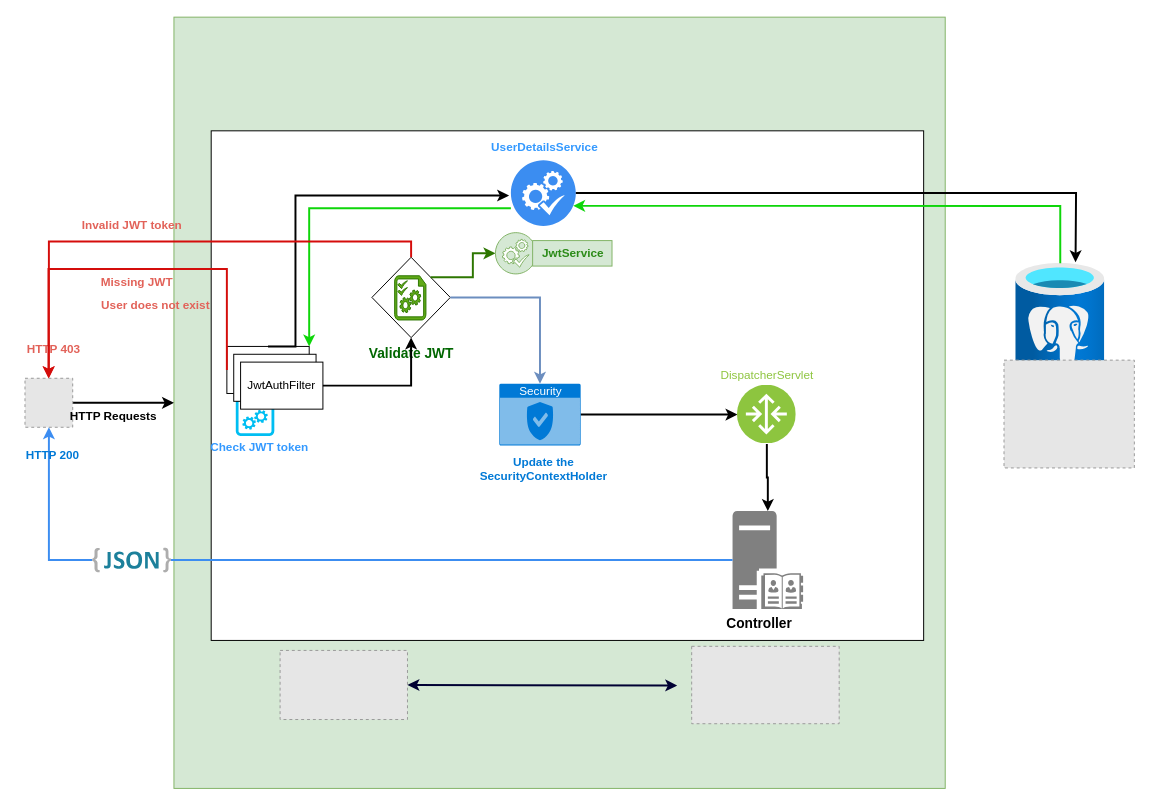
ApollosSevere/TechnologyFruit-Micorservices-Auth-Service keeps this draw.io diagram as page "security-workflow" (1 of 4) of jwt-security.drawio. Above is the earlier version. Source tidied: cells renumbered, new cells numbered last; positions are measured from the earlier drawing's top-left corner, leaving out a move shared by most shapes. Both pictures are drawn from the tidied source at 98%, with x=0, y=0 at pixel (17, 17). Pictures stored in the file or linked from it are replaced by grey dashed boxes.
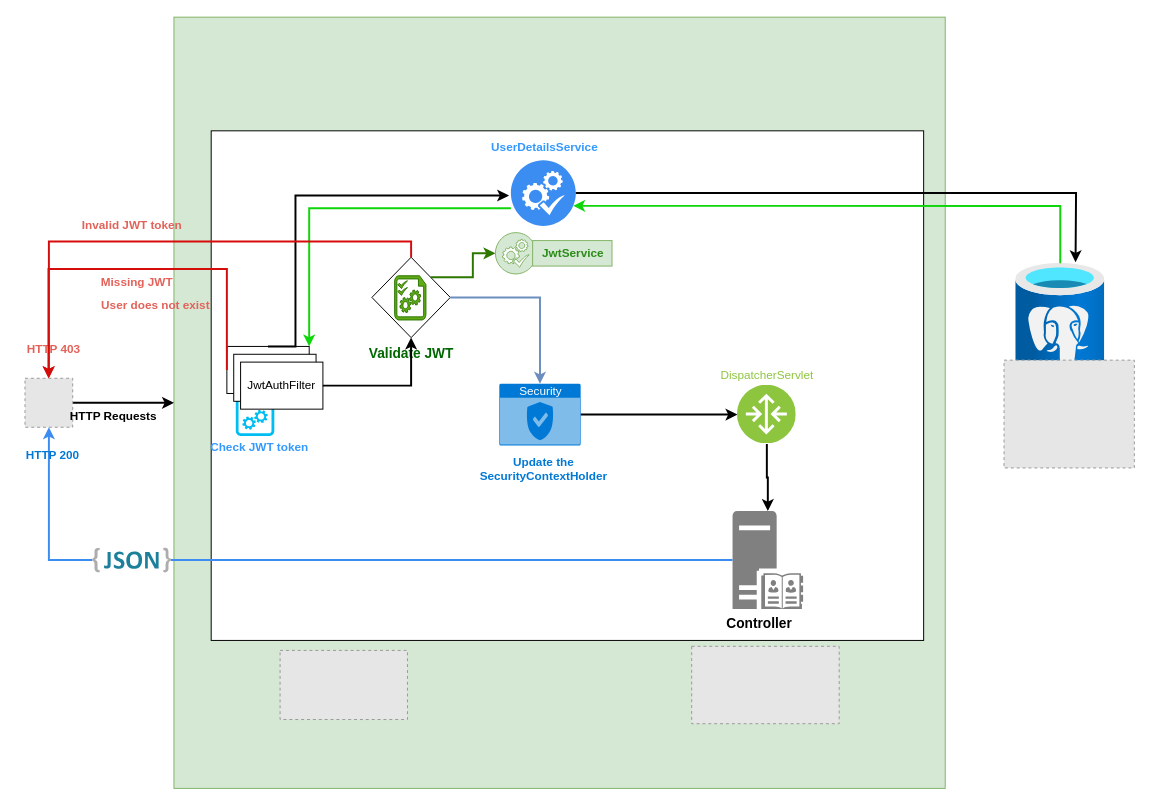
The same page after the edit.

The change refers to these unchanged cells:
```xml
<mxCell id="36" style="fillColor=#E6E6E6;strokeColor=#999999;dashed=1;verticalLabelPosition=bottom;labelBackgroundColor=default;verticalAlign=top;" parent="1" vertex="1">
  <mxGeometry x="268.3" y="646.2" width="130" height="70.5" as="geometry" />
</mxCell>
```

The edit, as a diff of the source:
```diff
@@
-    <mxCell id="41" style="endArrow=classic;startArrow=classic;html=1;rounded=0;strokeColor=#000033;strokeWidth=2;fontSize=14;fontColor=default;exitX=1;exitY=0.5;exitDx=0;exitDy=0;" parent="1" edge="1" source="36">
-      <mxGeometry relative="1" as="geometry">
-        <mxPoint x="673.5" y="682" as="targetPoint" />
-      </mxGeometry>
-    </mxCell>
```
